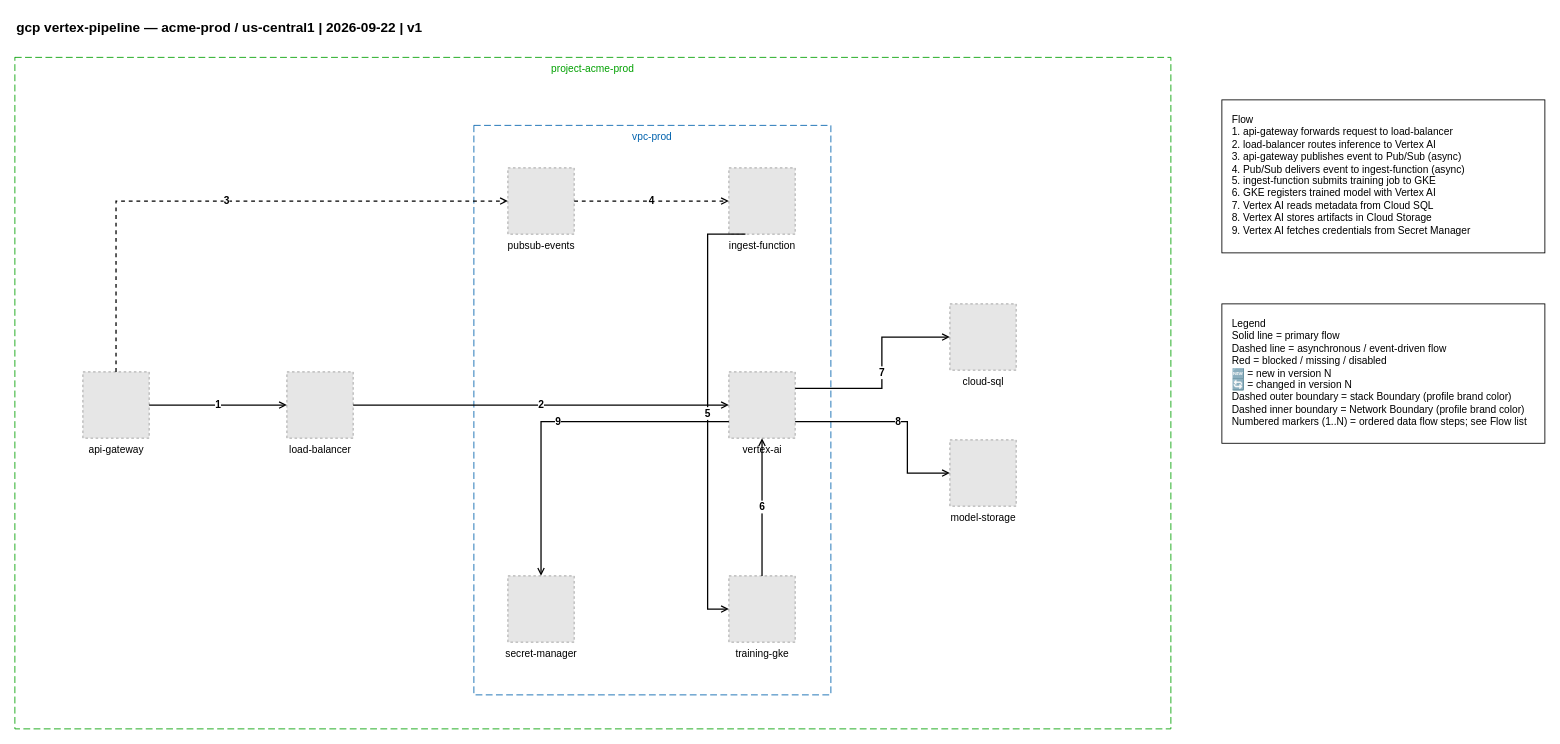
Earlier version of the draw.io diagram examples/gcp/01-gcp-vertex-pipeline.drawio (totoshko88/Cloud_Architecture). Source tidied: cells renumbered, new cells numbered last; positions are measured from the earlier drawing's top-left corner, leaving out a move shared by most shapes. Both pictures are drawn from the tidied source at 85%, with x=0, y=0 at pixel (14, 14). Pictures stored in the file or linked from it are replaced by grey dashed boxes.
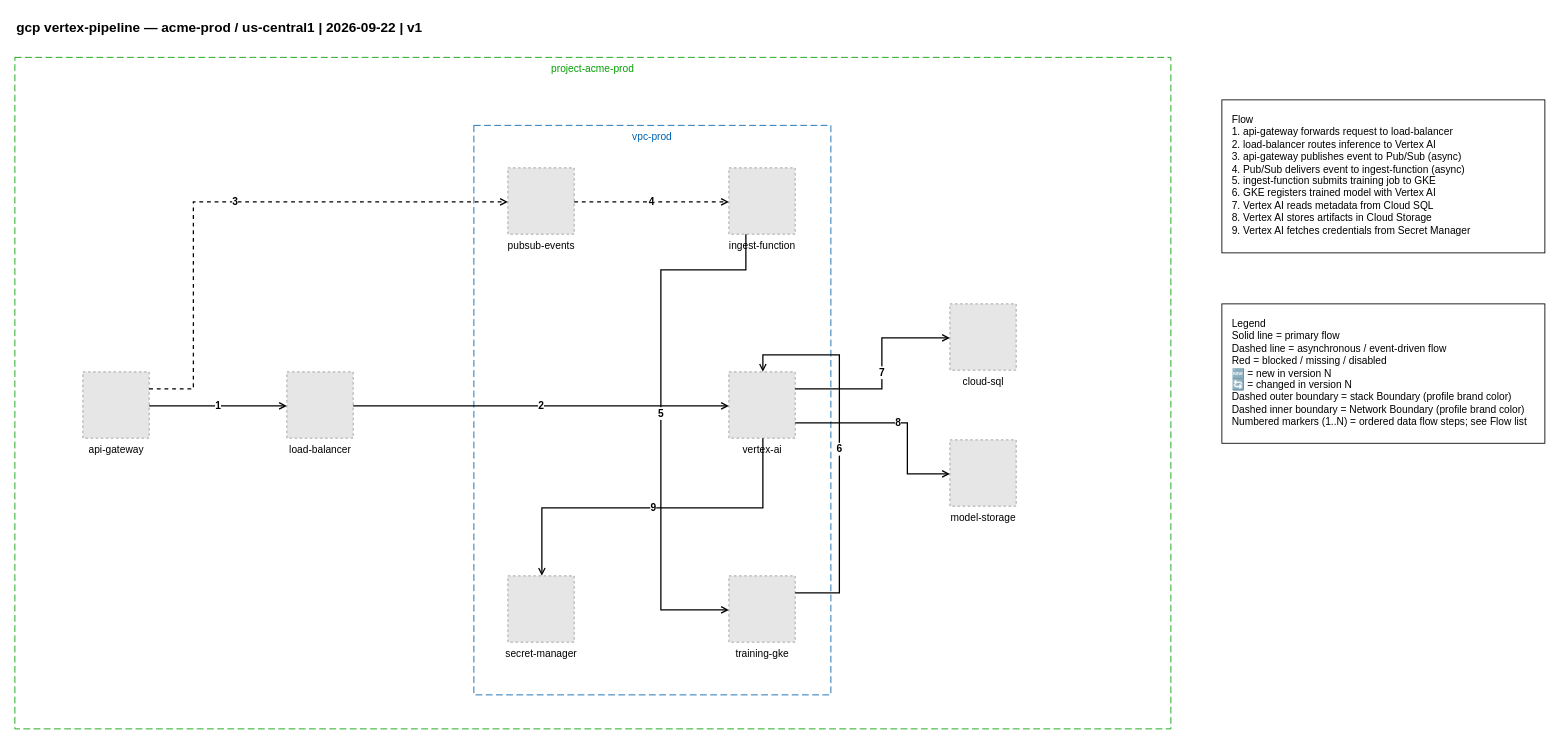
The same page after the edit.

The change refers to these unchanged cells:
```xml
<mxCell id="5" value="api-gateway" style="fillColor=#E6E6E6;strokeColor=#999999;dashed=1;verticalLabelPosition=bottom;verticalAlign=top;html=1;align=center;fontSize=12;" parent="1" vertex="1">
  <mxGeometry x="80" y="420" width="78" height="78" as="geometry" />
</mxCell>
<mxCell id="6" value="load-balancer" style="fillColor=#E6E6E6;strokeColor=#999999;dashed=1;verticalLabelPosition=bottom;verticalAlign=top;html=1;align=center;fontSize=12;" parent="1" vertex="1">
  <mxGeometry x="320" y="420" width="78" height="78" as="geometry" />
</mxCell>
<mxCell id="7" value="pubsub-events" style="fillColor=#E6E6E6;strokeColor=#999999;dashed=1;verticalLabelPosition=bottom;verticalAlign=top;html=1;align=center;fontSize=12;" parent="1" vertex="1">
  <mxGeometry x="580" y="180" width="78" height="78" as="geometry" />
</mxCell>
<mxCell id="8" value="secret-manager" style="fillColor=#E6E6E6;strokeColor=#999999;dashed=1;verticalLabelPosition=bottom;verticalAlign=top;html=1;align=center;fontSize=12;" parent="1" vertex="1">
  <mxGeometry x="580" y="660" width="78" height="78" as="geometry" />
</mxCell>
<mxCell id="9" value="ingest-function" style="fillColor=#E6E6E6;strokeColor=#999999;dashed=1;verticalLabelPosition=bottom;verticalAlign=top;html=1;align=center;fontSize=12;" parent="1" vertex="1">
  <mxGeometry x="840" y="180" width="78" height="78" as="geometry" />
</mxCell>
<mxCell id="10" value="vertex-ai" style="fillColor=#E6E6E6;strokeColor=#999999;dashed=1;verticalLabelPosition=bottom;verticalAlign=top;html=1;align=center;fontSize=12;" parent="1" vertex="1">
  <mxGeometry x="840" y="420" width="78" height="78" as="geometry" />
</mxCell>
<mxCell id="11" value="training-gke" style="fillColor=#E6E6E6;strokeColor=#999999;dashed=1;verticalLabelPosition=bottom;verticalAlign=top;html=1;align=center;fontSize=12;" parent="1" vertex="1">
  <mxGeometry x="840" y="660" width="78" height="78" as="geometry" />
</mxCell>
<mxCell id="12" value="cloud-sql" style="fillColor=#E6E6E6;strokeColor=#999999;dashed=1;verticalLabelPosition=bottom;verticalAlign=top;html=1;align=center;fontSize=12;" parent="1" vertex="1">
  <mxGeometry x="1100" y="340" width="78" height="78" as="geometry" />
</mxCell>
<mxCell id="13" value="model-storage" style="fillColor=#E6E6E6;strokeColor=#999999;dashed=1;verticalLabelPosition=bottom;verticalAlign=top;html=1;align=center;fontSize=12;" parent="1" vertex="1">
  <mxGeometry x="1100" y="500" width="78" height="78" as="geometry" />
</mxCell>
```

What changed in the source:
```diff
@@
-    <mxCell id="14" value="1" style="edgeStyle=orthogonalEdgeStyle;rounded=0;html=1;endArrow=open;endFill=0;strokeWidth=1.5;exitX=1.0;exitY=0.5;exitDx=0;exitDy=0;exitPerimeter=0;entryX=0.0;entryY=0.5;entryDx=0;entryDy=0;fontSize=12;fontStyle=1;" parent="1" edge="1" source="5" target="6">
+    <mxCell id="14" value="1" style="edgeStyle=orthogonalEdgeStyle;rounded=0;html=1;endArrow=open;endFill=0;strokeWidth=1.5;exitX=1.0;exitY=0.5128205128205128;exitDx=0;exitDy=0;exitPerimeter=0;entryX=0.0;entryY=0.5128205128205128;entryDx=0;entryDy=0;fontSize=12;fontStyle=1;" parent="1" edge="1" source="5" target="6">
       <mxGeometry relative="1" as="geometry" />
     </mxCell>
-    <mxCell id="15" value="2" style="edgeStyle=orthogonalEdgeStyle;rounded=0;html=1;endArrow=open;endFill=0;strokeWidth=1.5;exitX=1.0;exitY=0.5;exitDx=0;exitDy=0;exitPerimeter=0;entryX=0.0;entryY=0.5;entryDx=0;entryDy=0;fontSize=12;fontStyle=1;" parent="1" edge="1" source="6" target="10">
+    <mxCell id="15" value="2" style="edgeStyle=orthogonalEdgeStyle;rounded=0;html=1;endArrow=open;endFill=0;strokeWidth=1.5;exitX=1.0;exitY=0.5128205128205128;exitDx=0;exitDy=0;exitPerimeter=0;entryX=0.0;entryY=0.5128205128205128;entryDx=0;entryDy=0;fontSize=12;fontStyle=1;" parent="1" edge="1" source="6" target="10">
       <mxGeometry relative="1" as="geometry" />
     </mxCell>
-    <mxCell id="16" value="3" style="edgeStyle=orthogonalEdgeStyle;rounded=0;html=1;endArrow=open;endFill=0;strokeWidth=1.5;dashed=1;exitX=0.5;exitY=0.0;exitDx=0;exitDy=0;exitPerimeter=0;entryX=0.0;entryY=0.5;entryDx=0;entryDy=0;fontSize=12;fontStyle=1;" parent="1" edge="1" source="5" target="7">
+    <mxCell id="16" value="3" style="edgeStyle=orthogonalEdgeStyle;rounded=0;html=1;endArrow=open;endFill=0;strokeWidth=1.5;dashed=1;exitX=1.0;exitY=0.2564102564102564;exitDx=0;exitDy=0;exitPerimeter=0;entryX=0.0;entryY=0.5128205128205128;entryDx=0;entryDy=0;fontSize=12;fontStyle=1;" parent="1" edge="1" source="5" target="7">
       <mxGeometry relative="1" as="geometry">
         <Array as="points">
-          <mxPoint x="119" y="219" />
+          <mxPoint x="210" y="440" />
+          <mxPoint x="210" y="220" />
         </Array>
       </mxGeometry>
     </mxCell>
-    <mxCell id="17" value="4" style="edgeStyle=orthogonalEdgeStyle;rounded=0;html=1;endArrow=open;endFill=0;strokeWidth=1.5;dashed=1;exitX=1.0;exitY=0.5;exitDx=0;exitDy=0;exitPerimeter=0;entryX=0.0;entryY=0.5;entryDx=0;entryDy=0;fontSize=12;fontStyle=1;" parent="1" edge="1" source="7" target="9">
+    <mxCell id="17" value="4" style="edgeStyle=orthogonalEdgeStyle;rounded=0;html=1;endArrow=open;endFill=0;strokeWidth=1.5;dashed=1;exitX=1.0;exitY=0.5128205128205128;exitDx=0;exitDy=0;exitPerimeter=0;entryX=0.0;entryY=0.5128205128205128;entryDx=0;entryDy=0;fontSize=12;fontStyle=1;" parent="1" edge="1" source="7" target="9">
       <mxGeometry relative="1" as="geometry" />
     </mxCell>
-    <mxCell id="18" value="5" style="edgeStyle=orthogonalEdgeStyle;rounded=0;html=1;endArrow=open;endFill=0;strokeWidth=1.5;exitX=0.25;exitY=1.0;exitDx=0;exitDy=0;exitPerimeter=0;entryX=0.0;entryY=0.5;entryDx=0;entryDy=0;fontSize=12;fontStyle=1;" parent="1" edge="1" source="9" target="11">
+    <mxCell id="18" value="5" style="edgeStyle=orthogonalEdgeStyle;rounded=0;html=1;endArrow=open;endFill=0;strokeWidth=1.5;exitX=0.2564102564102564;exitY=1.0;exitDx=0;exitDy=0;exitPerimeter=0;entryX=0.0;entryY=0.5128205128205128;entryDx=0;entryDy=0;fontSize=12;fontStyle=1;" parent="1" edge="1" source="9" target="11">
       <mxGeometry relative="1" as="geometry">
         <Array as="points">
-          <mxPoint x="815" y="699" />
+          <mxPoint x="860" y="300" />
+          <mxPoint x="760" y="300" />
+          <mxPoint x="760" y="700" />
         </Array>
       </mxGeometry>
     </mxCell>
-    <mxCell id="19" value="6" style="edgeStyle=orthogonalEdgeStyle;rounded=0;html=1;endArrow=open;endFill=0;strokeWidth=1.5;exitX=0.5;exitY=0.0;exitDx=0;exitDy=0;exitPerimeter=0;entryX=0.5;entryY=1.0;entryDx=0;entryDy=0;fontSize=12;fontStyle=1;" parent="1" edge="1" source="11" target="10">
-      <mxGeometry relative="1" as="geometry" />
+    <mxCell id="19" value="6" style="edgeStyle=orthogonalEdgeStyle;rounded=0;html=1;endArrow=open;endFill=0;strokeWidth=1.5;exitX=1.0;exitY=0.2564102564102564;exitDx=0;exitDy=0;exitPerimeter=0;entryX=0.5128205128205128;entryY=0.0;entryDx=0;entryDy=0;fontSize=12;fontStyle=1;" parent="1" edge="1" source="11" target="10">
+      <mxGeometry relative="1" as="geometry">
+        <Array as="points">
+          <mxPoint x="970" y="680" />
+          <mxPoint x="970" y="400" />
+          <mxPoint x="880" y="400" />
+        </Array>
+      </mxGeometry>
     </mxCell>
-    <mxCell id="20" value="7" style="edgeStyle=orthogonalEdgeStyle;rounded=0;html=1;endArrow=open;endFill=0;strokeWidth=1.5;exitX=1.0;exitY=0.25;exitDx=0;exitDy=0;exitPerimeter=0;entryX=0.0;entryY=0.5;entryDx=0;entryDy=0;fontSize=12;fontStyle=1;" parent="1" edge="1" source="10" target="12">
+    <mxCell id="20" value="7" style="edgeStyle=orthogonalEdgeStyle;rounded=0;html=1;endArrow=open;endFill=0;strokeWidth=1.5;exitX=1.0;exitY=0.2564102564102564;exitDx=0;exitDy=0;exitPerimeter=0;entryX=0.0;entryY=0.5128205128205128;entryDx=0;entryDy=0;fontSize=12;fontStyle=1;" parent="1" edge="1" source="10" target="12">
       <mxGeometry relative="1" as="geometry">
         <Array as="points">
-          <mxPoint x="1020" y="439" />
-          <mxPoint x="1020" y="379" />
+          <mxPoint x="1020" y="440" />
+          <mxPoint x="1020" y="380" />
         </Array>
       </mxGeometry>
     </mxCell>
-    <mxCell id="21" value="8" style="edgeStyle=orthogonalEdgeStyle;rounded=0;html=1;endArrow=open;endFill=0;strokeWidth=1.5;exitX=1.0;exitY=0.75;exitDx=0;exitDy=0;exitPerimeter=0;entryX=0.0;entryY=0.5;entryDx=0;entryDy=0;fontSize=12;fontStyle=1;" parent="1" edge="1" source="10" target="13">
+    <mxCell id="21" value="8" style="edgeStyle=orthogonalEdgeStyle;rounded=0;html=1;endArrow=open;endFill=0;strokeWidth=1.5;exitX=1.0;exitY=0.7692307692307693;exitDx=0;exitDy=0;exitPerimeter=0;entryX=0.0;entryY=0.5128205128205128;entryDx=0;entryDy=0;fontSize=12;fontStyle=1;" parent="1" edge="1" source="10" target="13">
       <mxGeometry relative="1" as="geometry">
         <Array as="points">
-          <mxPoint x="1050" y="479" />
-          <mxPoint x="1050" y="539" />
+          <mxPoint x="1050" y="480" />
+          <mxPoint x="1050" y="540" />
         </Array>
       </mxGeometry>
     </mxCell>
-    <mxCell id="22" value="9" style="edgeStyle=orthogonalEdgeStyle;rounded=0;html=1;endArrow=open;endFill=0;strokeWidth=1.5;exitX=0.0;exitY=0.75;exitDx=0;exitDy=0;exitPerimeter=0;entryX=0.5;entryY=0.0;entryDx=0;entryDy=0;fontSize=12;fontStyle=1;" parent="1" edge="1" source="10" target="8">
+    <mxCell id="22" value="9" style="edgeStyle=orthogonalEdgeStyle;rounded=0;html=1;endArrow=open;endFill=0;strokeWidth=1.5;exitX=0.5128205128205128;exitY=1.0;exitDx=0;exitDy=0;exitPerimeter=0;entryX=0.5128205128205128;entryY=0.0;entryDx=0;entryDy=0;fontSize=12;fontStyle=1;" parent="1" edge="1" source="10" target="8">
       <mxGeometry relative="1" as="geometry">
         <Array as="points">
-          <mxPoint x="619" y="478" />
+          <mxPoint x="880" y="580" />
+          <mxPoint x="620" y="580" />
         </Array>
       </mxGeometry>
     </mxCell>
```
